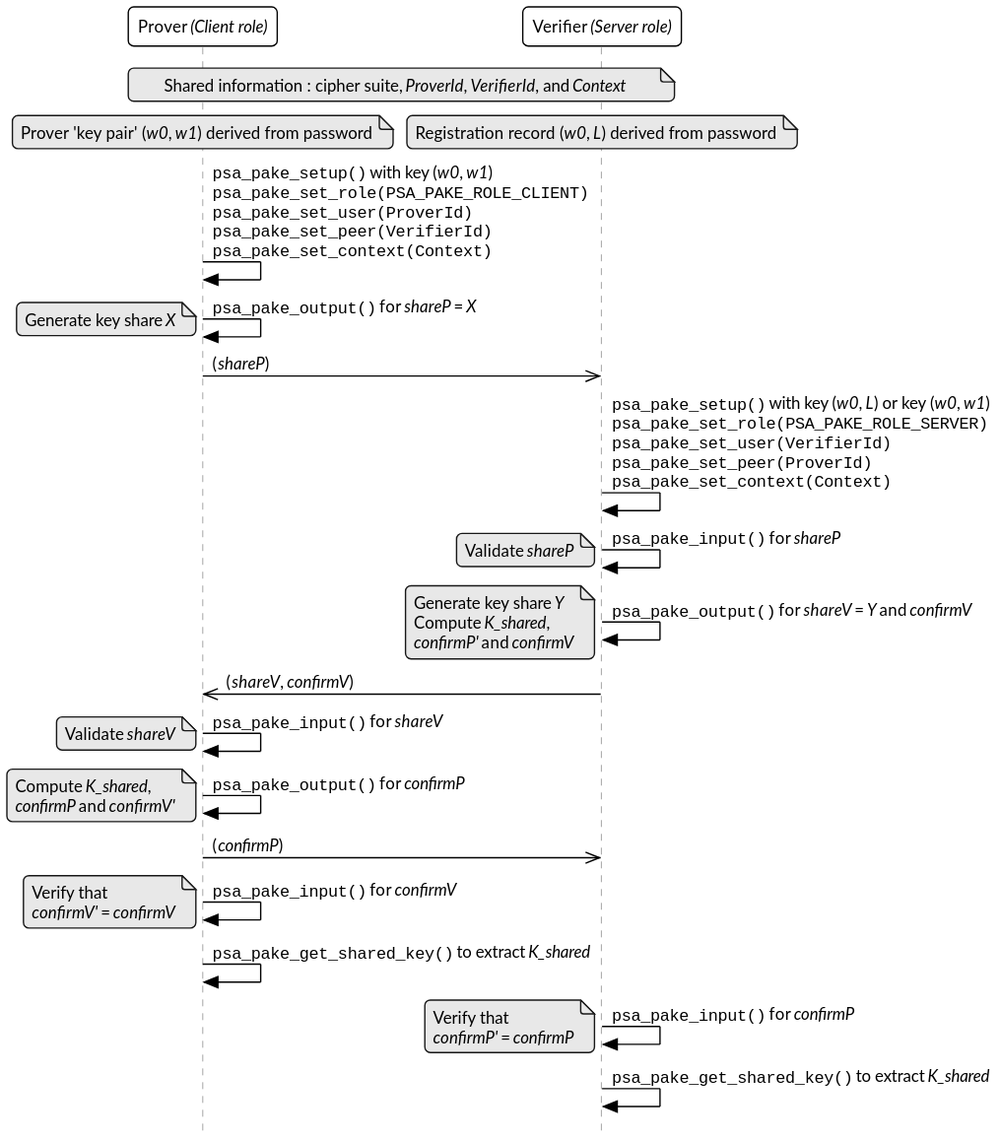
The PlantUML diagram doc/ext-pake/figure/spake2plus.svg in ARM-software/psa-api, before a commit. Its source is kept beside it as doc/ext-pake/figure/spake2plus.puml.
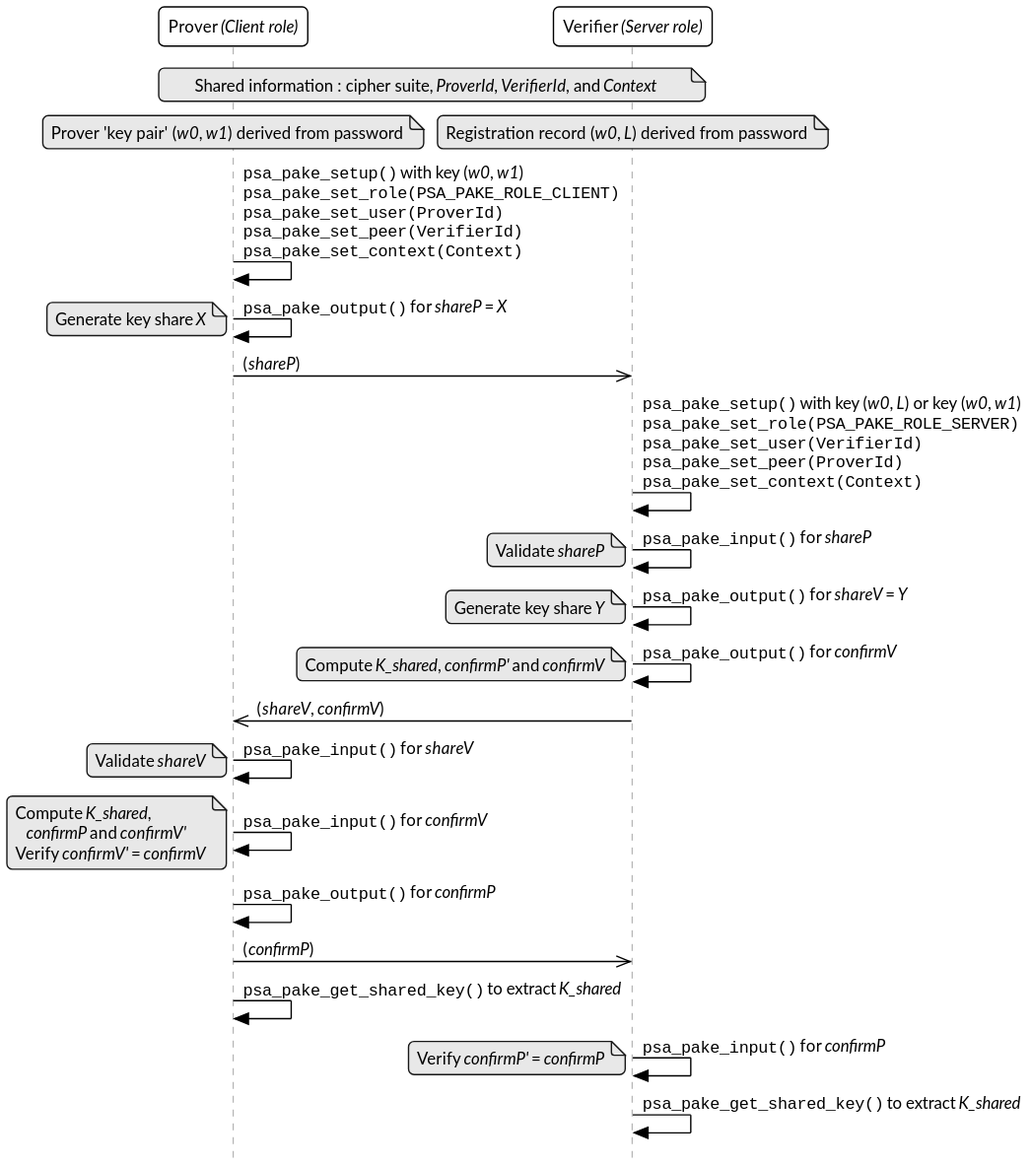
The same file after the commit.

Commit message:
Correct the SPAKE2+ flow description

The edit, as a diff of the source:
```diff
@@ -19,11 +19,11 @@
 
     Verifier -> Verifier: ""psa_pake_input()"" for //shareP//
     note left: Validate //shareP//
-    Verifier -> Verifier: ""psa_pake_output()"" for //shareV// = //Y// and //confirmV//
+    Verifier -> Verifier: ""psa_pake_output()"" for //shareV// = //Y//
+    note left: Generate key share //Y//
+    Verifier -> Verifier: ""psa_pake_output()"" for //confirmV//
     note left
-        Generate key share //Y//
-        Compute //K_shared//,
-        //confirmP'// and //confirmV//
+        Compute //K_shared//, //confirmP'// and //confirmV//
     end note
 
     Verifier ->> Prover: (//shareV//, //confirmV//)
@@ -31,24 +31,20 @@
     Prover -> Prover: ""psa_pake_input()"" for //shareV//
     note left: Validate //shareV//
 
-    Prover -> Prover: ""psa_pake_output()"" for //confirmP//
+    Prover -> Prover: ""psa_pake_input()"" for //confirmV//
     note left
         Compute //K_shared//,
-        //confirmP// and //confirmV'//
+            //confirmP// and //confirmV'//
+        Verify //confirmV'// = //confirmV//
     end note
+    Prover -> Prover: ""psa_pake_output()"" for //confirmP//
     Prover ->> Verifier: (//confirmP//)
 
-    Prover -> Prover: ""psa_pake_input()"" for //confirmV//
-    note left
-        Verify that
-        //confirmV'// = //confirmV//
-    end note
     Prover -> Prover: ""psa_pake_get_shared_key()"" to extract //K_shared//
 
     Verifier -> Verifier: ""psa_pake_input()"" for //confirmP//
     note left
-        Verify that
-        //confirmP'// = //confirmP//
+        Verify //confirmP'// = //confirmP//
     end note
     Verifier -> Verifier: ""psa_pake_get_shared_key()"" to extract //K_shared//
 
```
